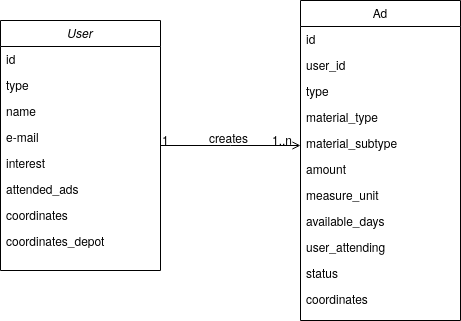
This is documentation/classDiagram.png from vivirodrigues/Carrinheiros, a draw.io export, as it was before one commit. Source tidied: cells renumbered, new cells last; positions are measured from the earlier drawing's top-left corner, leaving out a move shared by most shapes.
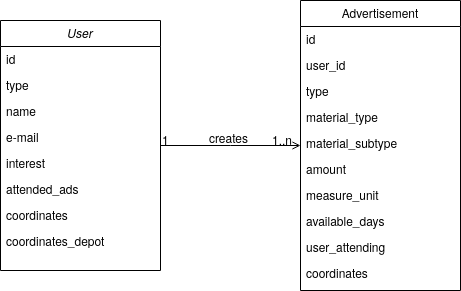
Above is the later version.

The edit, as a diff of the source:
```diff
@@ -29,8 +29,8 @@
     <mxCell id="10" value="coordinates_depot" style="text;align=left;verticalAlign=top;spacingLeft=4;spacingRight=4;overflow=hidden;rounded=0;shadow=0;html=0;" parent="2" vertex="1">
       <mxGeometry y="208" width="160" height="26" as="geometry" />
     </mxCell>
-    <mxCell id="11" value="Ad" style="swimlane;fontStyle=0;align=center;verticalAlign=top;horizontal=1;startSize=26;rounded=0;shadow=0;strokeWidth=1;" parent="1" vertex="1">
-      <mxGeometry x="300" width="160" height="320" as="geometry" />
+    <mxCell id="11" value="Advertisement" style="swimlane;fontStyle=0;align=center;verticalAlign=top;horizontal=1;startSize=26;rounded=0;shadow=0;strokeWidth=1;" parent="1" vertex="1">
+      <mxGeometry x="300" width="160" height="290" as="geometry" />
     </mxCell>
     <mxCell id="12" value="id" style="text;align=left;verticalAlign=top;spacingLeft=4;spacingRight=4;overflow=hidden;" parent="11" vertex="1">
       <mxGeometry y="26" width="160" height="26" as="geometry" />
@@ -59,31 +59,28 @@
     <mxCell id="20" value="user_attending" style="text;align=left;verticalAlign=top;spacingLeft=4;spacingRight=4;overflow=hidden;rounded=0;shadow=0;html=0;" parent="11" vertex="1">
       <mxGeometry y="234" width="160" height="26" as="geometry" />
     </mxCell>
-    <mxCell id="21" value="status" style="text;align=left;verticalAlign=top;spacingLeft=4;spacingRight=4;overflow=hidden;rounded=0;shadow=0;html=0;" parent="11" vertex="1">
+    <mxCell id="21" value="coordinates" style="text;align=left;verticalAlign=top;spacingLeft=4;spacingRight=4;overflow=hidden;" parent="11" vertex="1">
       <mxGeometry y="260" width="160" height="26" as="geometry" />
     </mxCell>
-    <mxCell id="22" value="coordinates" style="text;align=left;verticalAlign=top;spacingLeft=4;spacingRight=4;overflow=hidden;" parent="11" vertex="1">
-      <mxGeometry y="286" width="160" height="26" as="geometry" />
+    <mxCell id="22" style="endArrow=open;shadow=0;strokeWidth=1;rounded=0;endFill=1;edgeStyle=elbowEdgeStyle;elbow=vertical;" parent="1" edge="1" source="2" target="11">
+      <mxGeometry x="0.5" y="41" relative="1" as="geometry">
+        <mxPoint x="-40" y="32" as="offset" />
+      </mxGeometry>
     </mxCell>
-    <mxCell id="23" style="endArrow=open;shadow=0;strokeWidth=1;rounded=0;endFill=1;edgeStyle=elbowEdgeStyle;elbow=vertical;" parent="1" edge="1" source="2" target="11">
-      <mxGeometry x="0.5" y="41" relative="1" as="geometry">
-        <mxPoint x="-40" y="32" as="offset" />
+    <mxCell id="23" value="1" style="align=left;verticalAlign=bottom;labelBackgroundColor=none;fontSize=12;" parent="22" vertex="1">
+      <mxGeometry x="-1" relative="1" as="geometry">
+        <mxPoint y="4" as="offset" />
       </mxGeometry>
     </mxCell>
-    <mxCell id="24" value="1" style="align=left;verticalAlign=bottom;labelBackgroundColor=none;fontSize=12;" parent="23" vertex="1">
-      <mxGeometry x="-1" relative="1" as="geometry">
-        <mxPoint y="4" as="offset" />
+    <mxCell id="24" value="1..n" style="align=right;verticalAlign=bottom;labelBackgroundColor=none;fontSize=12;" parent="22" vertex="1">
+      <mxGeometry x="1" relative="1" as="geometry">
+        <mxPoint x="-7" y="4" as="offset" />
       </mxGeometry>
     </mxCell>
-    <mxCell id="25" value="1..n" style="align=right;verticalAlign=bottom;labelBackgroundColor=none;fontSize=12;" parent="23" vertex="1">
-      <mxGeometry x="1" relative="1" as="geometry">
-        <mxPoint x="-7" y="4" as="offset" />
+    <mxCell id="25" value="creates" style="text;html=1;align=center;verticalAlign=middle;labelBackgroundColor=none;rounded=0;shadow=0;strokeWidth=1;fontSize=12;" parent="22" vertex="1">
+      <mxGeometry x="0.5" y="49" relative="1" as="geometry">
+        <mxPoint x="-38" y="40" as="offset" />
       </mxGeometry>
     </mxCell>
-    <mxCell id="26" value="creates" style="text;html=1;align=center;verticalAlign=middle;labelBackgroundColor=none;rounded=0;shadow=0;strokeWidth=1;fontSize=12;" parent="23" vertex="1">
-      <mxGeometry x="0.5" y="49" relative="1" as="geometry">
-        <mxPoint x="-38" y="40" as="offset" />
-      </mxGeometry>
-    </mxCell>
   </root>
 </mxGraphModel>
```
